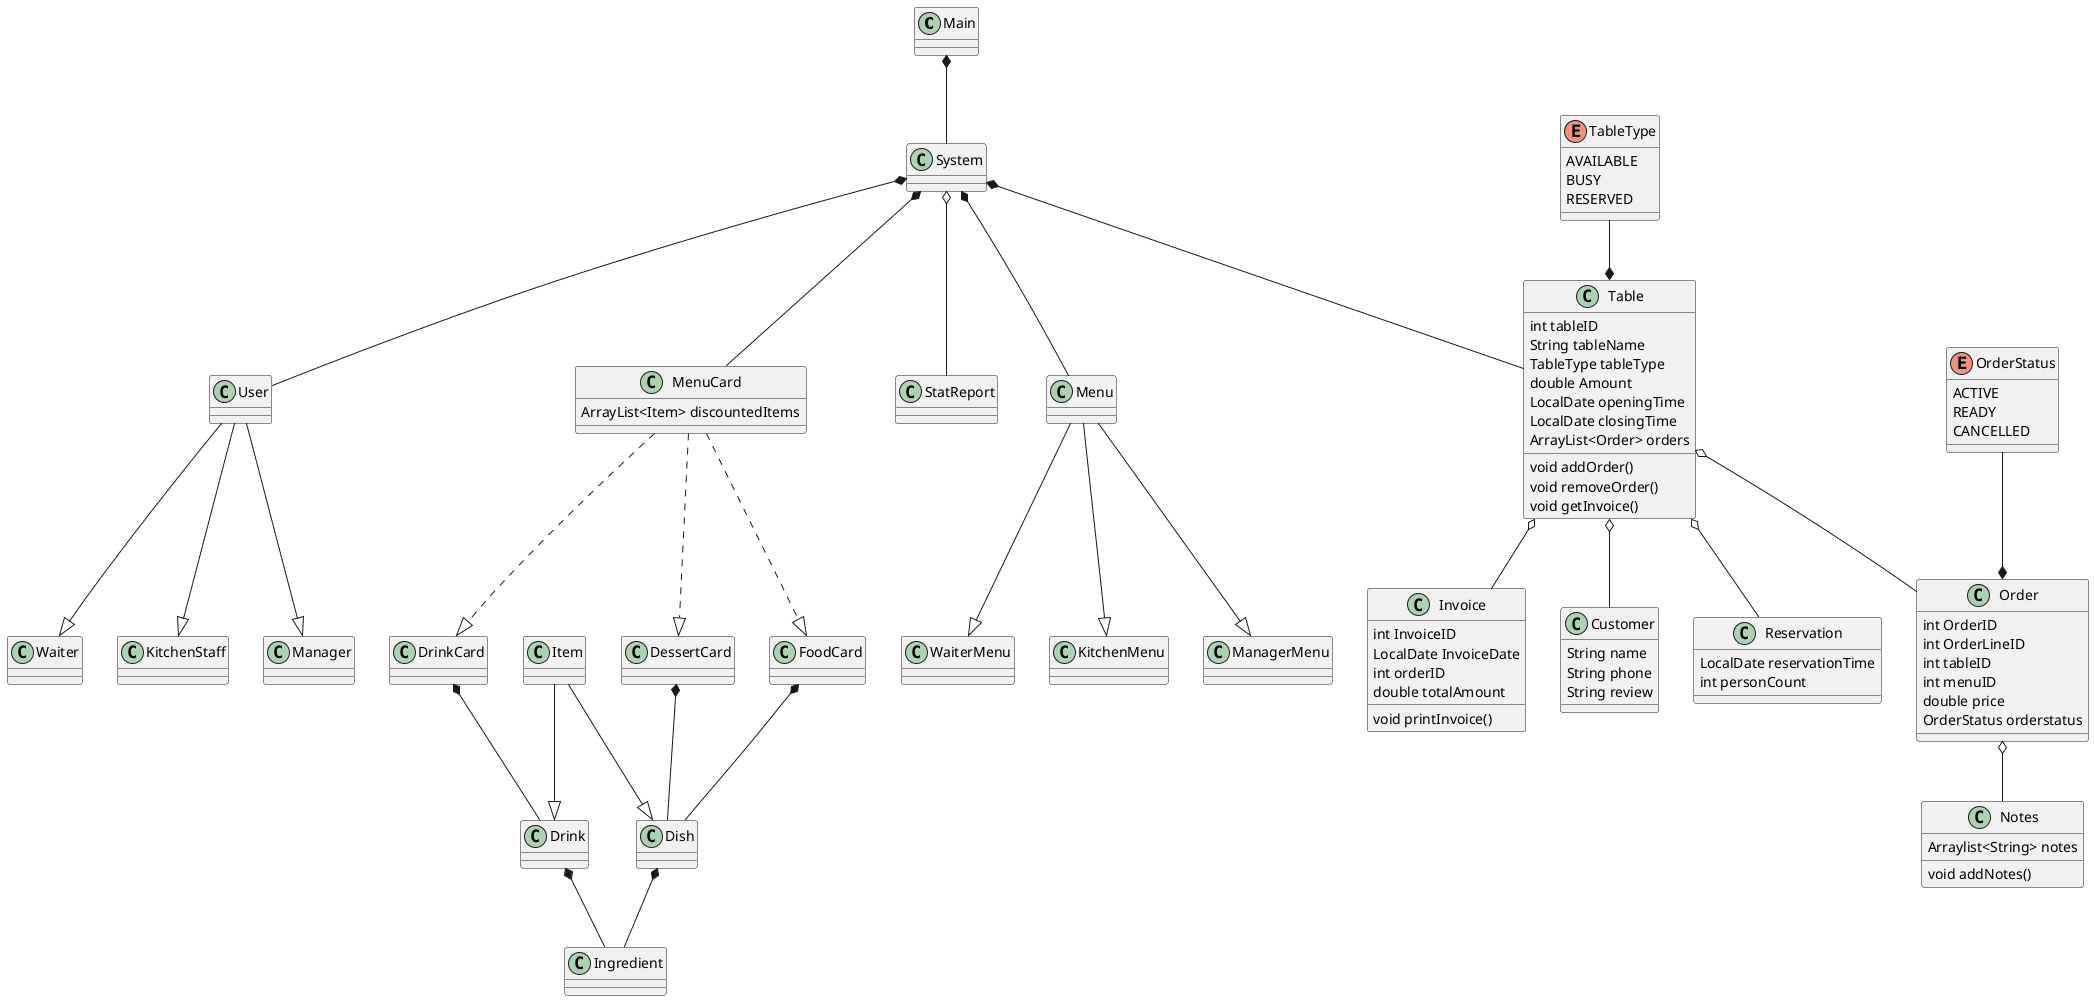
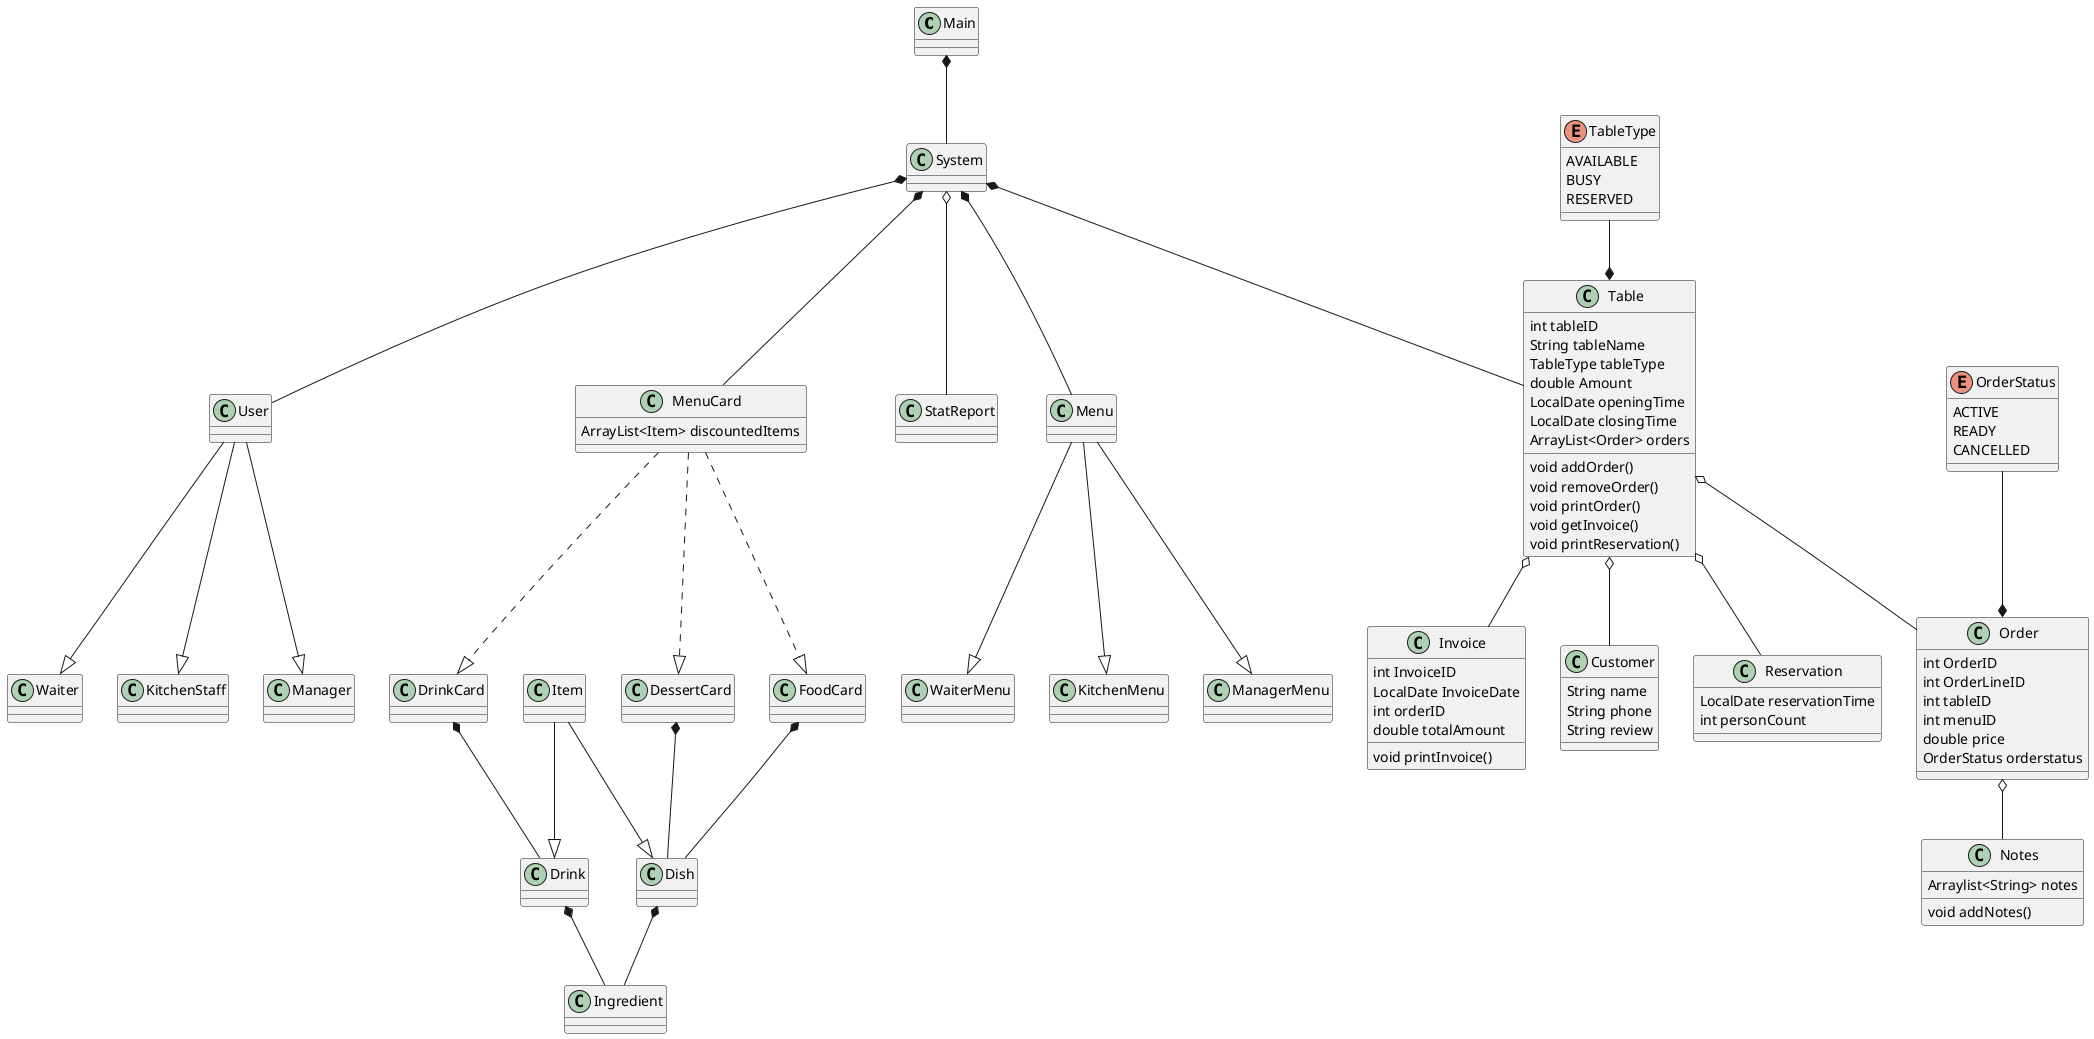
@startuml
'https://plantuml.com/class-diagram

' Del 1
class Main
class System
class User
class KitchenStaff
class Manager
class Waiter

' Del 2
class Menu
class KitchenMenu
class ManagerMenu
class WaiterMenu

' Del 3
class Table {
    int tableID
    String tableName
    TableType tableType
    double Amount
    LocalDate openingTime
    LocalDate closingTime
    ArrayList<Order> orders

    void addOrder()
    void removeOrder()
+     void printOrder()
    void getInvoice()
+     void printReservation()
}
enum TableType {
    AVAILABLE
    BUSY
    RESERVED
}
class Customer {
    String name
    String phone
    String review
}
class Reservation {
    LocalDate reservationTime
    int personCount
}

class Order {
    int OrderID
    int OrderLineID
    int tableID
    int menuID
    double price
    OrderStatus orderstatus

}

enum OrderStatus{
    ACTIVE
    READY
    CANCELLED
}

class Notes {
    Arraylist<String> notes
    void addNotes()
}
class Invoice {
    int InvoiceID
    LocalDate InvoiceDate
    int orderID
    double totalAmount
    void printInvoice()
}

' Del 4
class MenuCard {
    ArrayList<Item> discountedItems
}
class FoodCard
class DessertCard
class Item
class Dish
class DrinkCard
class Drink
class Ingredient
class StatReport

Main *-- System
System *-- User
User --|> KitchenStaff
User --|> Manager
User --|> Waiter
System *-- Menu
Menu --|> KitchenMenu
Menu --|> ManagerMenu
Menu --|> WaiterMenu
System *-- MenuCard
System *-- Table
TableType --* Table
Table o-- Order
Order o-- Notes
OrderStatus --* Order
Table o-- Customer
Table o-- Invoice
Table o-- Reservation
System o-- StatReport
MenuCard ..|> FoodCard
FoodCard *-- Dish
MenuCard ..|> DessertCard
DessertCard *-- Dish
MenuCard ..|> DrinkCard
DrinkCard *-- Drink
Item --|> Dish
Item --|> Drink
Dish *-- Ingredient
Drink *-- Ingredient

@enduml